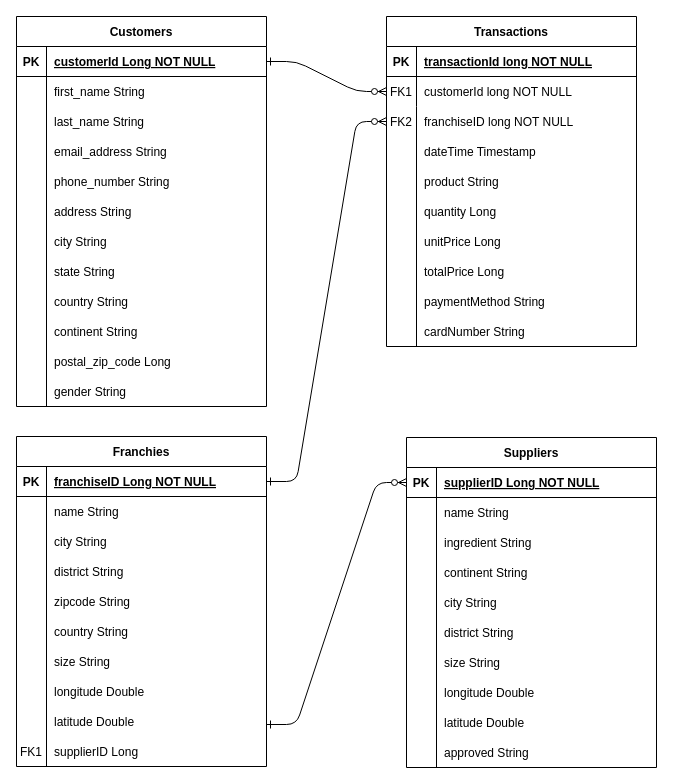
The draw.io diagram data/Test2005/Diagram.drawio in bamaga12/university-databricks-trainning, before the edit. Source tidied: cells renumbered, new cells numbered last; positions are measured from the earlier drawing's top-left corner, leaving out a move shared by most shapes. Both pictures are drawn from the tidied source at 100%, with x=0, y=0 at pixel (16, 16).
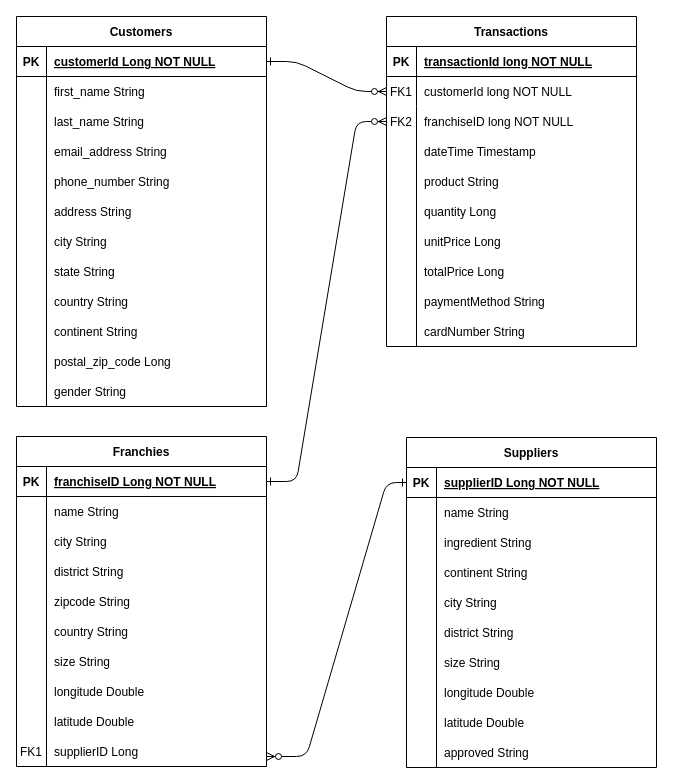
The same page after the edit.

The change refers to these unchanged cells:
```xml
<mxCell id="45" style="shape=partialRectangle;fillColor=none;points=[[0,0.5],[1,0.5]];portConstraint=eastwest;top=0;left=0;right=0;bottom=1;" parent="44" vertex="1">
  <mxGeometry y="30" width="250" height="30" as="geometry" />
</mxCell>
```

What changed in the source:
```diff
@@
-    <mxCell id="63" style="edgeStyle=entityRelationEdgeStyle;endArrow=ERzeroToMany;startArrow=ERone;endFill=1;startFill=0;entryX=0;entryY=0.5;entryDx=0;entryDy=0;" parent="1" edge="1" target="45">
+    <mxCell id="63" style="endArrow=ERzeroToMany;startArrow=ERone;endFill=1;startFill=0;exitX=0;exitY=0.5;exitDx=0;exitDy=0;" parent="1" edge="1" source="45">
       <mxGeometry relative="1" as="geometry">
-        <mxPoint x="250" y="708" as="sourcePoint" />
+        <mxPoint x="250" y="740" as="targetPoint" />
         <Array as="points">
-          <mxPoint x="740" y="712" />
-          <mxPoint x="770" y="712" />
-          <mxPoint x="730" y="722" />
-          <mxPoint x="720" y="792" />
-          <mxPoint x="770" y="652" />
-          <mxPoint x="720" y="412" />
+          <mxPoint x="370" y="466" />
+          <mxPoint x="290" y="740" />
         </Array>
       </mxGeometry>
     </mxCell>
```
